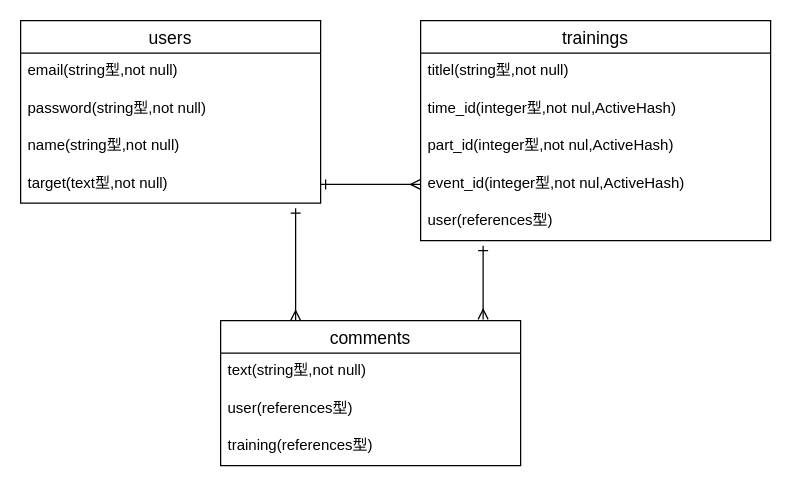
Earlier version of the draw.io diagram test.dio (n622ryo/workout-31017). Source tidied: cells renumbered, new cells numbered last; positions are measured from the earlier drawing's top-left corner, leaving out a move shared by most shapes. Both pictures are drawn from the tidied source at 125%, with x=0, y=0 at pixel (20, 20).
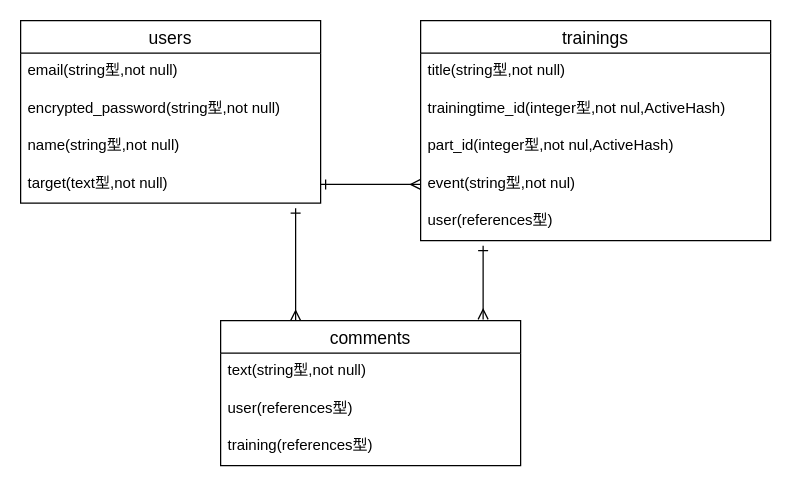
Above is the later version.

Unchanged cells that the change refers to:
```xml
<mxCell id="2" value="users" style="swimlane;fontStyle=0;horizontal=1;startSize=26;align=center;fontSize=14;" parent="1" vertex="1">
  <mxGeometry width="240" height="146" as="geometry" />
</mxCell>
<mxCell id="14" value="trainings" style="swimlane;fontStyle=0;horizontal=1;startSize=26;align=center;fontSize=14;" parent="1" vertex="1">
  <mxGeometry x="320" width="280" height="176" as="geometry" />
</mxCell>
```

Diff of the diagram source:
```diff
@@
-    <mxCell id="4" value="password(string型,not null)" style="text;strokeColor=none;fillColor=none;spacingLeft=4;spacingRight=4;overflow=hidden;fontSize=12;" parent="2" vertex="1">
+    <mxCell id="4" value="encrypted_password(string型,not null)" style="text;strokeColor=none;fillColor=none;spacingLeft=4;spacingRight=4;overflow=hidden;fontSize=12;" parent="2" vertex="1">
       <mxGeometry y="56" width="240" height="30" as="geometry" />
     </mxCell>
@@
-    <mxCell id="15" value="titlel(string型,not null)" style="text;strokeColor=none;fillColor=none;spacingLeft=4;spacingRight=4;overflow=hidden;fontSize=12;" parent="14" vertex="1">
+    <mxCell id="15" value="title(string型,not null)" style="text;strokeColor=none;fillColor=none;spacingLeft=4;spacingRight=4;overflow=hidden;fontSize=12;" parent="14" vertex="1">
       <mxGeometry y="26" width="280" height="30" as="geometry" />
     </mxCell>
-    <mxCell id="16" value="time_id(integer型,not nul,ActiveHash)" style="text;strokeColor=none;fillColor=none;spacingLeft=4;spacingRight=4;overflow=hidden;fontSize=12;" parent="14" vertex="1">
+    <mxCell id="16" value="trainingtime_id(integer型,not nul,ActiveHash)" style="text;strokeColor=none;fillColor=none;spacingLeft=4;spacingRight=4;overflow=hidden;fontSize=12;" parent="14" vertex="1">
       <mxGeometry y="56" width="280" height="30" as="geometry" />
     </mxCell>
@@
-    <mxCell id="18" value="event_id(integer型,not nul,ActiveHash)" style="text;strokeColor=none;fillColor=none;spacingLeft=4;spacingRight=4;overflow=hidden;points=[[0,0.5],[1,0.5]];portConstraint=eastwest;fontSize=12;" parent="14" vertex="1">
+    <mxCell id="18" value="event(string型,not nul)" style="text;strokeColor=none;fillColor=none;spacingLeft=4;spacingRight=4;overflow=hidden;points=[[0,0.5],[1,0.5]];portConstraint=eastwest;fontSize=12;" parent="14" vertex="1">
       <mxGeometry y="116" width="280" height="30" as="geometry" />
     </mxCell>
```
